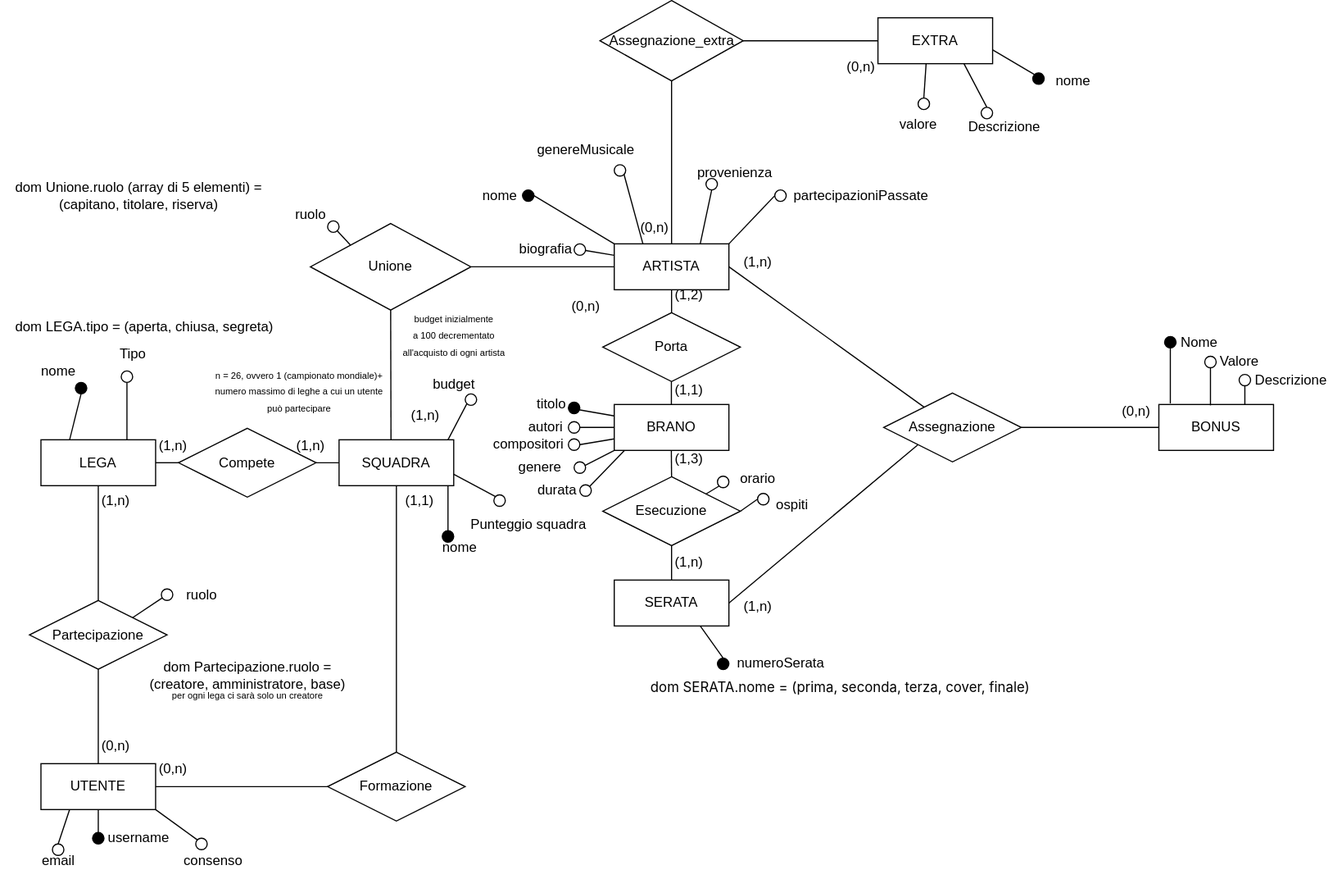
The draw.io diagram ERPrimaConsegnaV2_0.drawio.svg in Gabriele-traversa/basati_datati_storati, before a commit. Source tidied: cells renumbered, new cells last; positions are measured from the earlier drawing's top-left corner, leaving out a move shared by most shapes.
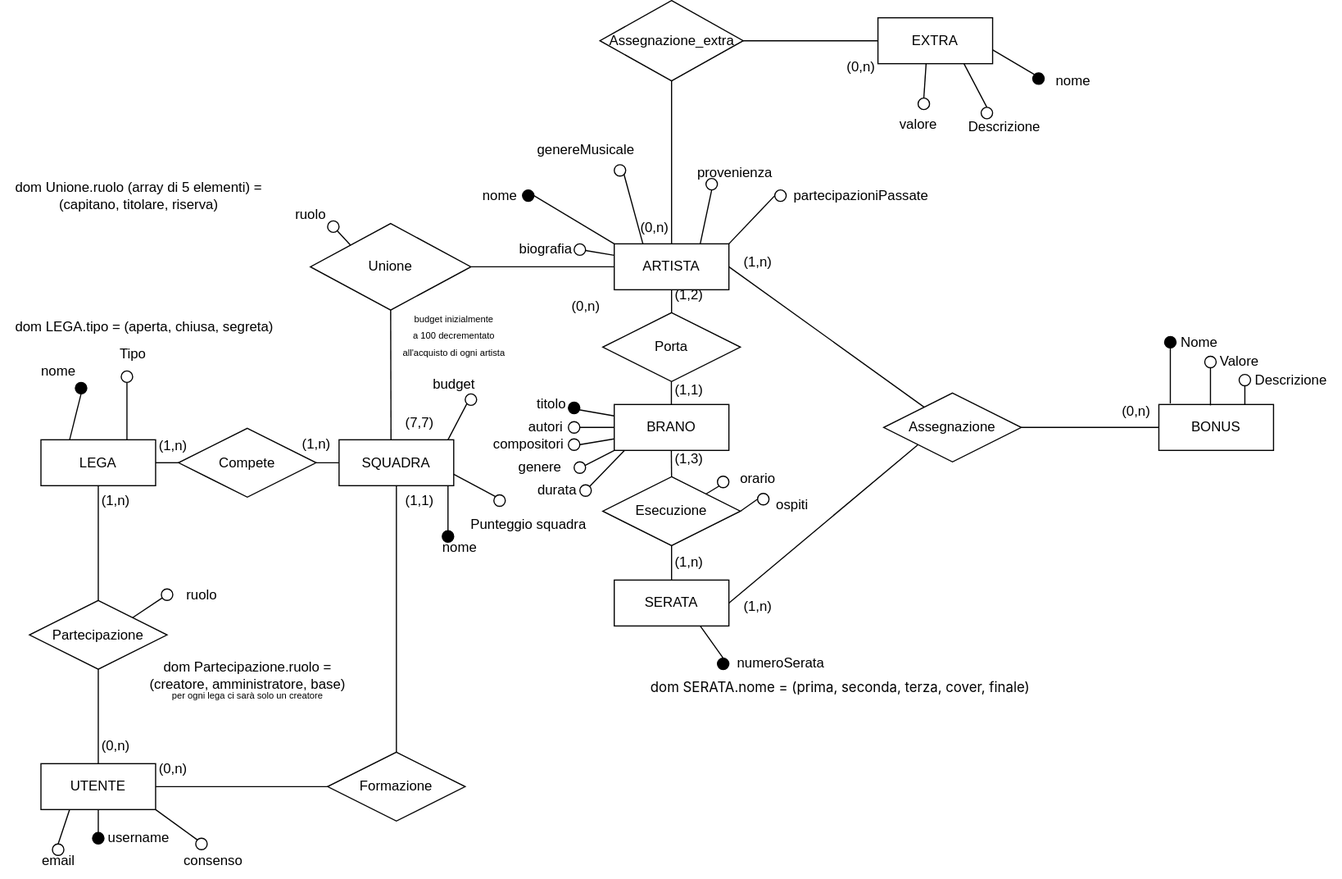
After the change.

Diff of the diagram source:
```diff
@@ -131,8 +131,8 @@
     <mxCell id="41" value="(0,n)" style="text;html=1;align=center;verticalAlign=middle;strokeColor=none;fillColor=none;" parent="1" vertex="1">
       <mxGeometry x="485" y="252" width="50" height="30" as="geometry" />
     </mxCell>
-    <mxCell id="42" value="(1,n)" style="text;html=1;align=center;verticalAlign=middle;strokeColor=none;fillColor=none;" parent="1" vertex="1">
-      <mxGeometry x="345" y="347" width="50" height="30" as="geometry" />
+    <mxCell id="42" value="(7,7)" style="text;html=1;align=center;verticalAlign=middle;strokeColor=none;fillColor=none;" parent="1" vertex="1">
+      <mxGeometry x="340" y="352.8" width="50" height="30" as="geometry" />
     </mxCell>
     <mxCell id="43" style="edgeStyle=none;html=1;exitX=0;exitY=0;exitDx=0;exitDy=0;endArrow=none;endFill=0;" parent="1" edge="1" source="13" target="44">
       <mxGeometry relative="1" as="geometry" />
@@ -147,7 +147,7 @@
       <mxGeometry y="150" width="240" height="40" as="geometry" />
     </mxCell>
     <mxCell id="47" value="(1,n)" style="text;html=1;align=center;verticalAlign=middle;strokeColor=none;fillColor=none;" parent="1" vertex="1">
-      <mxGeometry x="245" y="372.8" width="50" height="30" as="geometry" />
+      <mxGeometry x="250" y="372" width="50" height="30" as="geometry" />
     </mxCell>
     <mxCell id="48" value="(1,n)" style="text;html=1;align=center;verticalAlign=middle;strokeColor=none;fillColor=none;" parent="1" vertex="1">
       <mxGeometry x="125" y="372.8" width="50" height="30" as="geometry" />
@@ -194,9 +194,6 @@
     <mxCell id="62" value="ruolo" style="text;html=1;align=center;verticalAlign=middle;strokeColor=none;fillColor=none;" parent="1" vertex="1">
       <mxGeometry x="150" y="502.8" width="50" height="30" as="geometry" />
     </mxCell>
-    <mxCell id="63" value="&lt;font style=&quot;font-size: 8px;&quot;&gt;n = 26, ovvero 1 (campionato mondiale)+&lt;br&gt;numero massimo di leghe a cui un utente&amp;nbsp;&lt;/font&gt;&lt;div&gt;&lt;font style=&quot;font-size: 8px;&quot;&gt;può partecipare&lt;/font&gt;&lt;/div&gt;" style="text;html=1;align=center;verticalAlign=middle;strokeColor=none;fillColor=none;" parent="1" vertex="1">
-      <mxGeometry x="175" y="309.8" width="170" height="60" as="geometry" />
-    </mxCell>
     <mxCell id="64" style="edgeStyle=none;html=1;exitX=0.5;exitY=0;exitDx=0;exitDy=0;endArrow=none;endFill=0;" parent="1" edge="1" source="137">
       <mxGeometry relative="1" as="geometry">
         <mxPoint x="390" y="423" as="targetPoint" />
```
